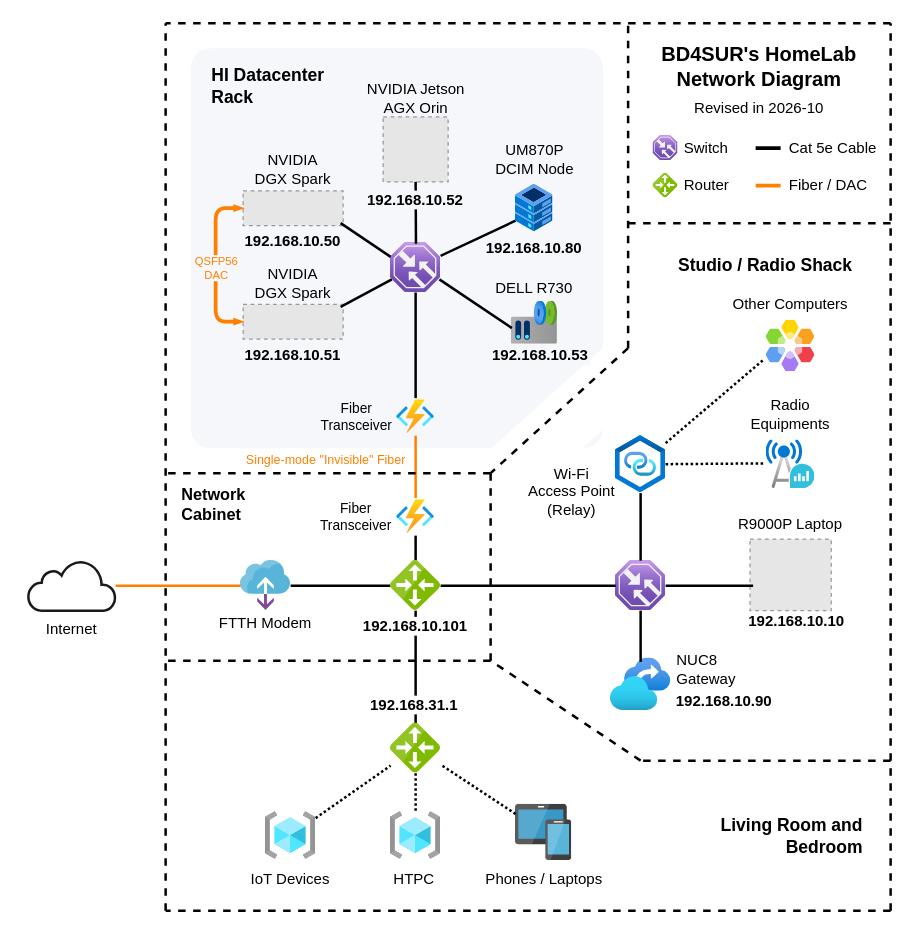
Above: image/G2/homelab/homenet.drawio in bd4sur/bd4sur.github.io (draw.io), before the change. Source tidied: cells renumbered, new cells numbered last; positions are measured from the earlier drawing's top-left corner, leaving out a move shared by most shapes. Both pictures are drawn from the tidied source at 125%, with x=0, y=0 at pixel (21, 22). Pictures stored in the file or linked from it are replaced by grey dashed boxes.
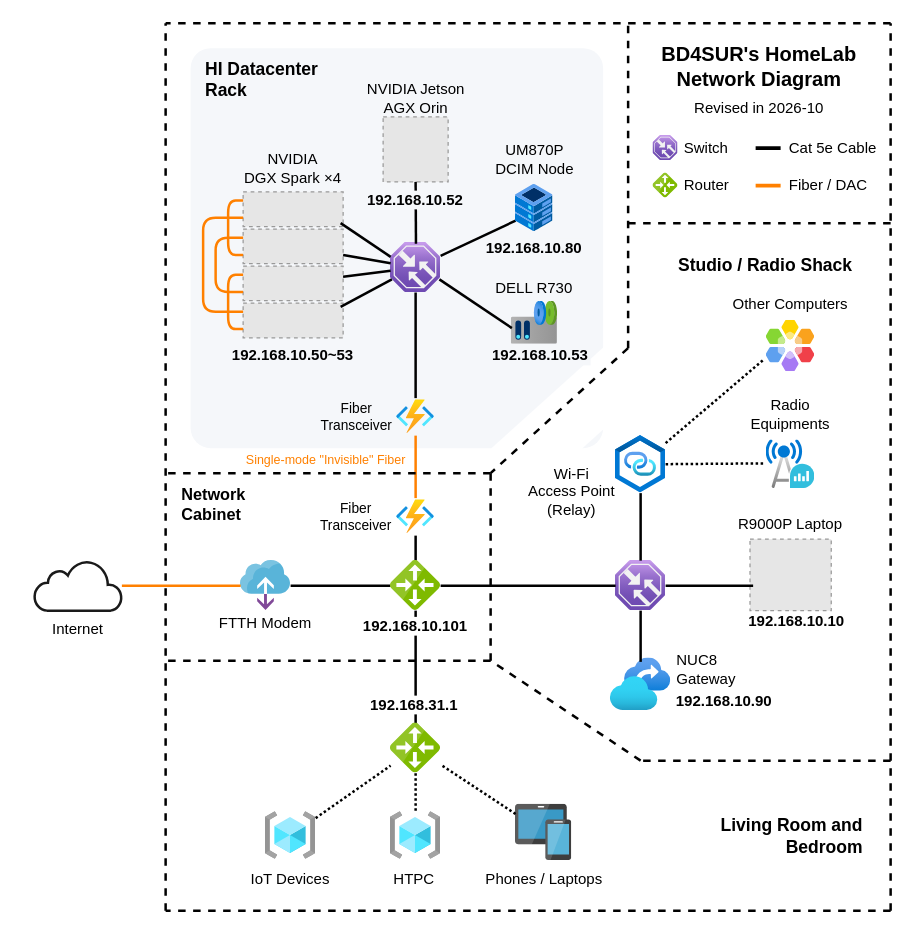
After the change.

The change refers to these unchanged cells:
```xml
<mxCell id="5" style="html=1;points=[];align=center;image;fontSize=12;image=img/lib/azure2/networking/Traffic_Manager_Profiles.svg;" parent="1" vertex="1">
  <mxGeometry x="295" y="175.5" width="40" height="40" as="geometry" />
</mxCell>
```

Change to the diagram source:
```diff
@@
     <mxCell id="25" style="html=1;verticalLabelPosition=bottom;align=center;labelBackgroundColor=#ffffff;verticalAlign=top;strokeWidth=2;shadow=0;dashed=0;shape=mxgraph.ios7.icons.cloud;strokeColor=#1A1A1A;" parent="1" vertex="1">
-      <mxGeometry x="5" y="430" width="70" height="40" as="geometry" />
+      <mxGeometry x="10" y="430" width="70" height="40" as="geometry" />
     </mxCell>
@@
-    <mxCell id="56" value="NVIDIA DGX Spark" style="text;html=1;strokeColor=none;fillColor=none;align=center;verticalAlign=middle;whiteSpace=wrap;rounded=0;" parent="1" vertex="1">
-      <mxGeometry x="182" y="99.2" width="70" height="35" as="geometry" />
+    <mxCell id="56" value="NVIDIA&lt;div&gt;DGX Spark ×4&lt;/div&gt;" style="text;html=1;strokeColor=none;fillColor=none;align=center;verticalAlign=middle;whiteSpace=wrap;rounded=0;" parent="1" vertex="1">
+      <mxGeometry x="172" y="98" width="90" height="35" as="geometry" />
     </mxCell>
     <mxCell id="57" value="HI Datacenter&lt;div&gt;Rack&lt;/div&gt;" style="text;html=1;strokeColor=none;fillColor=none;align=left;verticalAlign=middle;whiteSpace=wrap;rounded=0;fontStyle=1;fontSize=14;" parent="1" vertex="1">
-      <mxGeometry x="150" y="35" width="150" height="30" as="geometry" />
+      <mxGeometry x="145" y="30" width="150" height="30" as="geometry" />
     </mxCell>
@@
-    <mxCell id="59" value="192.168.10.50" style="text;html=1;strokeColor=none;align=center;verticalAlign=middle;whiteSpace=wrap;rounded=0;fontStyle=1;fillColor=#F5F7FA;" parent="1" vertex="1">
-      <mxGeometry x="177" y="167" width="80" height="15" as="geometry" />
-    </mxCell>
@@
     <mxCell id="62" value="Internet" style="text;html=1;strokeColor=none;fillColor=none;align=center;verticalAlign=middle;whiteSpace=wrap;rounded=0;" parent="1" vertex="1">
-      <mxGeometry y="475" width="80" height="20" as="geometry" />
+      <mxGeometry x="5" y="475" width="80" height="20" as="geometry" />
     </mxCell>
@@
     <mxCell id="67" style="fillColor=#E6E6E6;strokeColor=#999999;dashed=1;" parent="1" vertex="1">
-      <mxGeometry x="177" y="134.2" width="80" height="27.7" as="geometry" />
+      <mxGeometry x="177" y="135" width="80" height="27.7" as="geometry" />
     </mxCell>
     <mxCell id="68" style="fillColor=#E6E6E6;strokeColor=#999999;dashed=1;" parent="1" vertex="1">
-      <mxGeometry x="177" y="225" width="80" height="27.7" as="geometry" />
+      <mxGeometry x="177" y="224" width="80" height="27.7" as="geometry" />
     </mxCell>
-    <mxCell id="69" style="endArrow=blockThin;html=1;endFill=1;strokeWidth=3;strokeColor=#FF8000;startArrow=blockThin;startFill=1;startSize=0;endSize=0;edgeStyle=orthogonalEdgeStyle;entryX=0;entryY=0.5;entryDx=0;entryDy=0;exitX=0;exitY=0.5;exitDx=0;exitDy=0;" parent="1" edge="1" source="68" target="67">
-      <mxGeometry relative="1" as="geometry">
-        <Array as="points">
-          <mxPoint x="155" y="238.9" />
-          <mxPoint x="155" y="148" />
-        </Array>
-      </mxGeometry>
-    </mxCell>
@@
-    <mxCell id="74" value="192.168.10.51" style="text;html=1;strokeColor=none;align=center;verticalAlign=middle;whiteSpace=wrap;rounded=0;fontStyle=1;fillColor=#F5F7FA;" parent="1" vertex="1">
-      <mxGeometry x="177" y="258.8" width="80" height="15" as="geometry" />
-    </mxCell>
@@
-    <mxCell id="96" value="NVIDIA DGX Spark" style="text;html=1;strokeColor=none;fillColor=none;align=center;verticalAlign=middle;whiteSpace=wrap;rounded=0;" parent="1" vertex="1">
-      <mxGeometry x="182" y="190" width="70" height="35" as="geometry" />
-    </mxCell>
@@
-    <mxCell id="99" value="QSFP56&lt;div&gt;DAC&lt;/div&gt;" style="text;html=1;strokeColor=none;fillColor=none;align=center;verticalAlign=middle;whiteSpace=wrap;rounded=0;fontColor=light-dark(#FF8000,#FF8000);fontSize=9;labelBackgroundColor=#F5F7FA;" parent="1" vertex="1">
-      <mxGeometry x="137" y="180.5" width="38" height="30" as="geometry" />
-    </mxCell>
+    <mxCell id="100" style="fillColor=#E6E6E6;strokeColor=#999999;dashed=1;" parent="1" vertex="1">
+      <mxGeometry x="177" y="164.7" width="80" height="27.7" as="geometry" />
+    </mxCell>
+    <mxCell id="101" style="fillColor=#E6E6E6;strokeColor=#999999;dashed=1;" parent="1" vertex="1">
+      <mxGeometry x="177" y="194.3" width="80" height="27.7" as="geometry" />
+    </mxCell>
+    <mxCell id="102" style="endArrow=none;html=1;endFill=0;strokeWidth=2;strokeColor=#FF8000;startArrow=none;startFill=0;startSize=0;endSize=0;edgeStyle=orthogonalEdgeStyle;entryX=0;entryY=0.75;entryDx=0;entryDy=0;exitX=0;exitY=0.25;exitDx=0;exitDy=0;" parent="1" edge="1" source="101" target="68">
+      <mxGeometry relative="1" as="geometry">
+        <Array as="points">
+          <mxPoint x="165" y="201" />
+          <mxPoint x="165" y="245" />
+        </Array>
+      </mxGeometry>
+    </mxCell>
+    <mxCell id="103" style="endArrow=none;html=1;endFill=0;strokeWidth=2;strokeColor=#FF8000;startArrow=none;startFill=0;startSize=0;endSize=0;edgeStyle=orthogonalEdgeStyle;entryX=0;entryY=0.75;entryDx=0;entryDy=0;exitX=0;exitY=0.25;exitDx=0;exitDy=0;" parent="1" edge="1" source="67" target="100">
+      <mxGeometry relative="1" as="geometry">
+        <Array as="points">
+          <mxPoint x="165" y="142" />
+          <mxPoint x="165" y="185" />
+        </Array>
+      </mxGeometry>
+    </mxCell>
+    <mxCell id="104" style="endArrow=none;html=1;endFill=0;strokeWidth=2;strokeColor=#FF8000;startArrow=none;startFill=0;startSize=0;endSize=0;edgeStyle=orthogonalEdgeStyle;entryX=0;entryY=0.75;entryDx=0;entryDy=0;exitX=0;exitY=0.25;exitDx=0;exitDy=0;" parent="1" edge="1" source="100" target="101">
+      <mxGeometry relative="1" as="geometry">
+        <Array as="points">
+          <mxPoint x="155" y="172" />
+          <mxPoint x="155" y="215" />
+        </Array>
+      </mxGeometry>
+    </mxCell>
+    <mxCell id="105" style="endArrow=none;html=1;endFill=0;strokeWidth=2;strokeColor=#FF8000;startArrow=none;startFill=0;startSize=0;endSize=0;edgeStyle=orthogonalEdgeStyle;entryX=0;entryY=0.25;entryDx=0;entryDy=0;exitX=0;exitY=0.75;exitDx=0;exitDy=0;" parent="1" edge="1" source="67" target="68">
+      <mxGeometry relative="1" as="geometry">
+        <Array as="points">
+          <mxPoint x="145" y="156" />
+          <mxPoint x="145" y="231" />
+        </Array>
+      </mxGeometry>
+    </mxCell>
+    <mxCell id="106" style="endArrow=none;html=1;endFill=0;strokeWidth=2;strokeColor=#000000;" parent="1" edge="1" source="100" target="5">
+      <mxGeometry relative="1" as="geometry" />
+    </mxCell>
+    <mxCell id="107" style="endArrow=none;html=1;endFill=0;strokeWidth=2;strokeColor=#000000;" parent="1" edge="1" source="101" target="5">
+      <mxGeometry relative="1" as="geometry" />
+    </mxCell>
+    <mxCell id="108" value="192.168.10.50~53" style="text;html=1;strokeColor=none;align=center;verticalAlign=middle;whiteSpace=wrap;rounded=0;fontStyle=1;fillColor=#F5F7FA;" parent="1" vertex="1">
+      <mxGeometry x="177" y="258.8" width="80" height="15" as="geometry" />
+    </mxCell>
```
